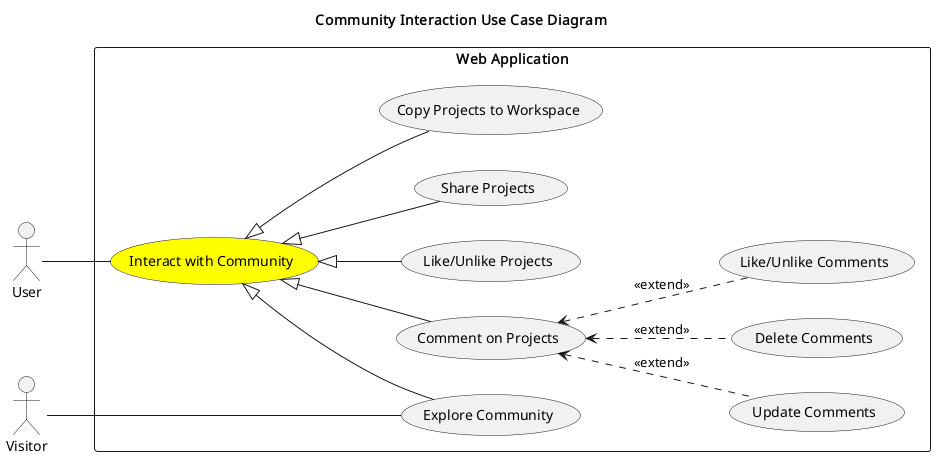
Before: conception/SprintV/use_case_diagrams/refined_use_case_feature_community_interaction.png, a diagram exported from PlantUML (souhaib-askri/report_pfe). Its source is kept beside it as conception/SprintV/use_case_diagrams/refined_use_case_feature_community_interaction.puml.
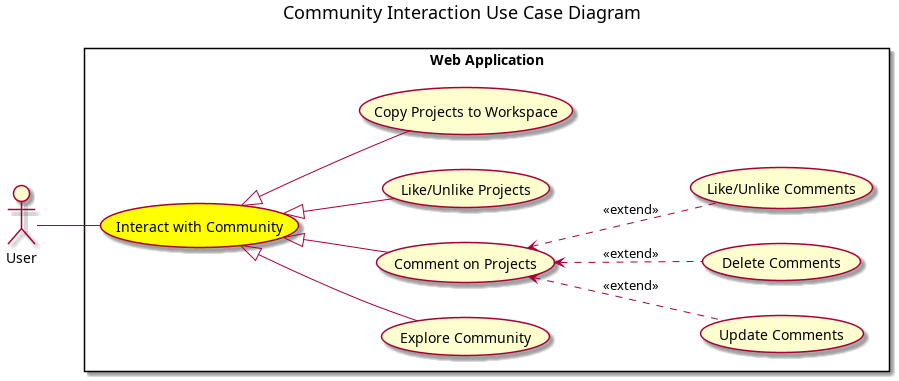
The same file after the commit.

Diff of the diagram source:
```diff
@@ -4,14 +4,13 @@
 left to right direction
 
 actor User
-actor Visitor
+
 
 rectangle "Web Application" {
   usecase "Interact with Community" as Community#Yellow
   usecase "Explore Community" as Explore
   usecase "Comment on Projects" as Comment
   usecase "Like/Unlike Projects" as LikeProject
-  usecase "Share Projects" as Share
   usecase "Update Comments" as UpdateComment
   usecase "Delete Comments" as DeleteComment
   usecase "Like/Unlike Comments" as LikeComment
@@ -21,10 +20,9 @@
 
 User -- Community
 Community <|-- Explore
-Visitor --- Explore
 Community <|-- Comment
 Community <|-- LikeProject
-Community <|-- Share
+
 Community <|-- CopyProject
 
 Comment <.. LikeComment : <<extend>>
```
